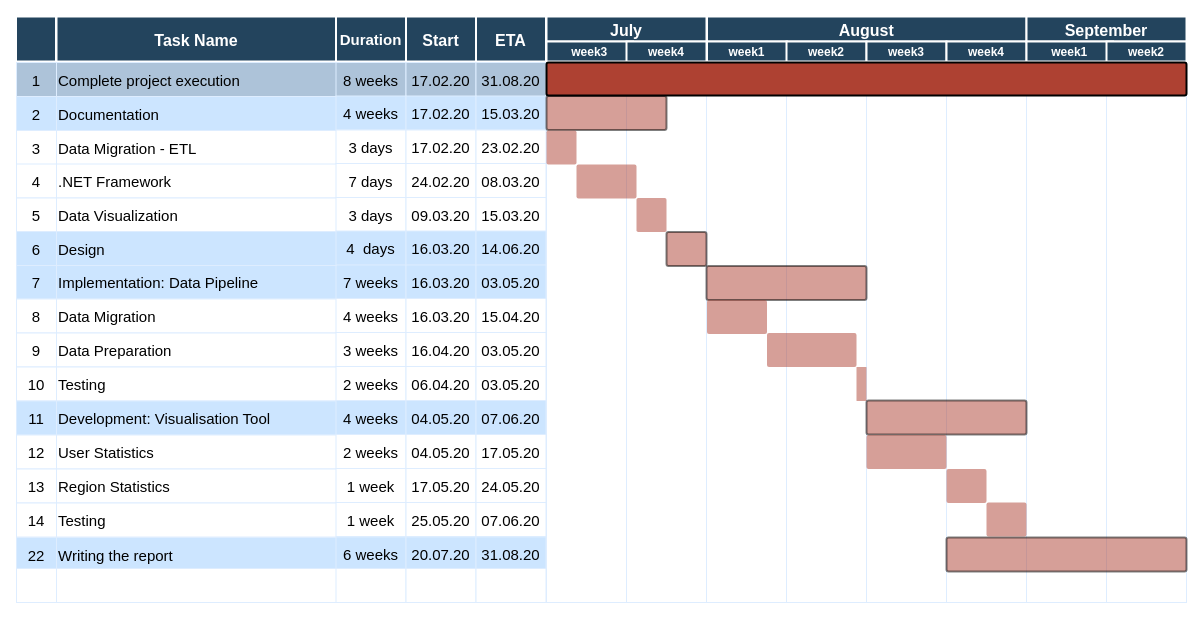
This is chronology_hitek.drawio from DrXneaky/Diagram, a draw.io file, before an edit. Source tidied: cells renumbered, new cells numbered last; positions are measured from the earlier drawing's top-left corner, leaving out a move shared by most shapes. Both pictures are drawn from the tidied source at 100%, with x=0, y=0 at pixel (16, 16).
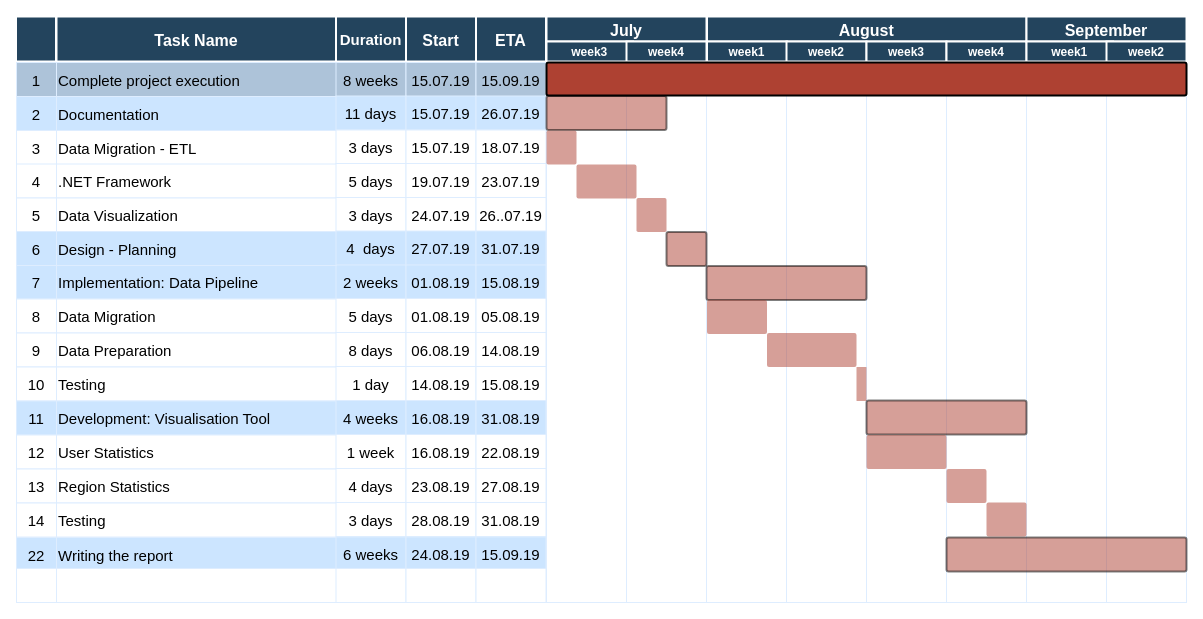
The same page after the edit.

Change to the diagram source:
```diff
@@
-    <mxCell id="18" value="17.02.20" style="strokeColor=#DEEDFF;fillColor=#ADC3D9;fontSize=15;fontFamily=Helvetica;" parent="1" vertex="1">
+    <mxCell id="18" value="15.07.19" style="strokeColor=#DEEDFF;fillColor=#ADC3D9;fontSize=15;fontFamily=Helvetica;" parent="1" vertex="1">
       <mxGeometry x="389.5" y="46" width="70" height="34" as="geometry" />
     </mxCell>
-    <mxCell id="19" value="31.08.20" style="strokeColor=#DEEDFF;fillColor=#ADC3D9;fontSize=15;fontFamily=Helvetica;" parent="1" vertex="1">
+    <mxCell id="19" value="15.09.19" style="strokeColor=#DEEDFF;fillColor=#ADC3D9;fontSize=15;fontFamily=Helvetica;" parent="1" vertex="1">
       <mxGeometry x="459.5" y="46" width="70" height="34" as="geometry" />
     </mxCell>
@@
-    <mxCell id="22" value="4 weeks" style="strokeColor=#DEEDFF;fillColor=#CCE5FF;fontSize=15;fontFamily=Helvetica;" parent="1" vertex="1">
+    <mxCell id="22" value="11 days" style="strokeColor=#DEEDFF;fillColor=#CCE5FF;fontSize=15;fontFamily=Helvetica;" parent="1" vertex="1">
       <mxGeometry x="319.5" y="79.5" width="70" height="34" as="geometry" />
     </mxCell>
-    <mxCell id="23" value="17.02.20" style="strokeColor=#DEEDFF;fillColor=#CCE5FF;fontSize=15;fontFamily=Helvetica;" parent="1" vertex="1">
+    <mxCell id="23" value="15.07.19" style="strokeColor=#DEEDFF;fillColor=#CCE5FF;fontSize=15;fontFamily=Helvetica;" parent="1" vertex="1">
       <mxGeometry x="389.5" y="79.5" width="70" height="34" as="geometry" />
     </mxCell>
-    <mxCell id="24" value="15.03.20" style="strokeColor=#DEEDFF;fillColor=#CCE5FF;fontSize=15;fontFamily=Helvetica;" parent="1" vertex="1">
+    <mxCell id="24" value="26.07.19" style="strokeColor=#DEEDFF;fillColor=#CCE5FF;fontSize=15;fontFamily=Helvetica;" parent="1" vertex="1">
       <mxGeometry x="459.5" y="79.5" width="70" height="34" as="geometry" />
     </mxCell>
@@
-    <mxCell id="28" value="17.02.20" style="strokeColor=#DEEDFF;fontSize=15;fontFamily=Helvetica;" parent="1" vertex="1">
+    <mxCell id="28" value="15.07.19" style="strokeColor=#DEEDFF;fontSize=15;fontFamily=Helvetica;" parent="1" vertex="1">
       <mxGeometry x="389.5" y="113.5" width="70" height="34" as="geometry" />
     </mxCell>
-    <mxCell id="29" value="23.02.20" style="strokeColor=#DEEDFF;fontSize=15;fontFamily=Helvetica;" parent="1" vertex="1">
+    <mxCell id="29" value="18.07.19" style="strokeColor=#DEEDFF;fontSize=15;fontFamily=Helvetica;" parent="1" vertex="1">
       <mxGeometry x="459.5" y="113.5" width="70" height="34" as="geometry" />
     </mxCell>
@@
-    <mxCell id="32" value="7 days" style="strokeColor=#DEEDFF;fontSize=15;fontFamily=Helvetica;" parent="1" vertex="1">
+    <mxCell id="32" value="5 days" style="strokeColor=#DEEDFF;fontSize=15;fontFamily=Helvetica;" parent="1" vertex="1">
       <mxGeometry x="319.5" y="147" width="70" height="34" as="geometry" />
     </mxCell>
-    <mxCell id="33" value="24.02.20" style="strokeColor=#DEEDFF;fontSize=15;fontFamily=Helvetica;" parent="1" vertex="1">
+    <mxCell id="33" value="19.07.19" style="strokeColor=#DEEDFF;fontSize=15;fontFamily=Helvetica;" parent="1" vertex="1">
       <mxGeometry x="389.5" y="147" width="70" height="34" as="geometry" />
     </mxCell>
-    <mxCell id="34" value="08.03.20" style="strokeColor=#DEEDFF;fontSize=15;fontFamily=Helvetica;" parent="1" vertex="1">
+    <mxCell id="34" value="23.07.19" style="strokeColor=#DEEDFF;fontSize=15;fontFamily=Helvetica;" parent="1" vertex="1">
       <mxGeometry x="459.5" y="147" width="70" height="34" as="geometry" />
     </mxCell>
@@
-    <mxCell id="38" value="09.03.20" style="strokeColor=#DEEDFF;fontSize=15;fontFamily=Helvetica;" parent="1" vertex="1">
+    <mxCell id="38" value="24.07.19" style="strokeColor=#DEEDFF;fontSize=15;fontFamily=Helvetica;" parent="1" vertex="1">
       <mxGeometry x="389.5" y="181" width="70" height="34" as="geometry" />
     </mxCell>
-    <mxCell id="39" value="15.03.20" style="strokeColor=#DEEDFF;fontSize=15;fontFamily=Helvetica;" parent="1" vertex="1">
+    <mxCell id="39" value="26..07.19" style="strokeColor=#DEEDFF;fontSize=15;fontFamily=Helvetica;" parent="1" vertex="1">
       <mxGeometry x="459.5" y="181" width="70" height="34" as="geometry" />
     </mxCell>
@@
-    <mxCell id="42" value="7 weeks" style="strokeColor=#DEEDFF;fillColor=#CCE5FF;fontSize=15;fontFamily=Helvetica;" parent="1" vertex="1">
+    <mxCell id="42" value="2 weeks" style="strokeColor=#DEEDFF;fillColor=#CCE5FF;fontSize=15;fontFamily=Helvetica;" parent="1" vertex="1">
       <mxGeometry x="319.5" y="248" width="70" height="34" as="geometry" />
     </mxCell>
-    <mxCell id="43" value="16.03.20" style="strokeColor=#DEEDFF;fillColor=#CCE5FF;fontSize=15;fontFamily=Helvetica;" parent="1" vertex="1">
+    <mxCell id="43" value="01.08.19" style="strokeColor=#DEEDFF;fillColor=#CCE5FF;fontSize=15;fontFamily=Helvetica;" parent="1" vertex="1">
       <mxGeometry x="389.5" y="248" width="70" height="34" as="geometry" />
     </mxCell>
-    <mxCell id="44" value="03.05.20" style="strokeColor=#DEEDFF;fillColor=#CCE5FF;fontSize=15;fontFamily=Helvetica;" parent="1" vertex="1">
+    <mxCell id="44" value="15.08.19" style="strokeColor=#DEEDFF;fillColor=#CCE5FF;fontSize=15;fontFamily=Helvetica;" parent="1" vertex="1">
       <mxGeometry x="459.5" y="248" width="70" height="34" as="geometry" />
     </mxCell>
@@
-    <mxCell id="47" value="4 weeks" style="strokeColor=#DEEDFF;fontSize=15;fontFamily=Helvetica;" parent="1" vertex="1">
+    <mxCell id="47" value="5 days" style="strokeColor=#DEEDFF;fontSize=15;fontFamily=Helvetica;" parent="1" vertex="1">
       <mxGeometry x="319.5" y="282" width="70" height="34" as="geometry" />
     </mxCell>
-    <mxCell id="48" value="16.03.20" style="strokeColor=#DEEDFF;fontSize=15;fontFamily=Helvetica;" parent="1" vertex="1">
+    <mxCell id="48" value="01.08.19" style="strokeColor=#DEEDFF;fontSize=15;fontFamily=Helvetica;" parent="1" vertex="1">
       <mxGeometry x="389.5" y="282" width="70" height="34" as="geometry" />
     </mxCell>
-    <mxCell id="49" value="15.04.20" style="strokeColor=#DEEDFF;fontSize=15;fontFamily=Helvetica;" parent="1" vertex="1">
+    <mxCell id="49" value="05.08.19" style="strokeColor=#DEEDFF;fontSize=15;fontFamily=Helvetica;" parent="1" vertex="1">
       <mxGeometry x="459.5" y="282" width="70" height="34" as="geometry" />
     </mxCell>
@@
-    <mxCell id="52" value="3 weeks" style="strokeColor=#DEEDFF;fontSize=15;fontFamily=Helvetica;" parent="1" vertex="1">
+    <mxCell id="52" value="8 days" style="strokeColor=#DEEDFF;fontSize=15;fontFamily=Helvetica;" parent="1" vertex="1">
       <mxGeometry x="319.5" y="316" width="70" height="34" as="geometry" />
     </mxCell>
-    <mxCell id="53" value="16.04.20" style="strokeColor=#DEEDFF;fontSize=15;fontFamily=Helvetica;" parent="1" vertex="1">
+    <mxCell id="53" value="06.08.19" style="strokeColor=#DEEDFF;fontSize=15;fontFamily=Helvetica;" parent="1" vertex="1">
       <mxGeometry x="389.5" y="316" width="70" height="34" as="geometry" />
     </mxCell>
-    <mxCell id="54" value="03.05.20" style="strokeColor=#DEEDFF;fontSize=15;fontFamily=Helvetica;" parent="1" vertex="1">
+    <mxCell id="54" value="14.08.19" style="strokeColor=#DEEDFF;fontSize=15;fontFamily=Helvetica;" parent="1" vertex="1">
       <mxGeometry x="459.5" y="316" width="70" height="34" as="geometry" />
     </mxCell>
@@
-    <mxCell id="57" value="2 weeks" style="strokeColor=#DEEDFF;fontSize=15;fontFamily=Helvetica;" parent="1" vertex="1">
+    <mxCell id="57" value="1 day" style="strokeColor=#DEEDFF;fontSize=15;fontFamily=Helvetica;" parent="1" vertex="1">
       <mxGeometry x="319.5" y="350" width="70" height="34" as="geometry" />
     </mxCell>
-    <mxCell id="58" value="06.04.20" style="strokeColor=#DEEDFF;fontSize=15;fontFamily=Helvetica;" parent="1" vertex="1">
+    <mxCell id="58" value="14.08.19" style="strokeColor=#DEEDFF;fontSize=15;fontFamily=Helvetica;" parent="1" vertex="1">
       <mxGeometry x="389.5" y="350" width="70" height="34" as="geometry" />
     </mxCell>
-    <mxCell id="59" value="03.05.20" style="strokeColor=#DEEDFF;fontSize=15;fontFamily=Helvetica;" parent="1" vertex="1">
+    <mxCell id="59" value="15.08.19" style="strokeColor=#DEEDFF;fontSize=15;fontFamily=Helvetica;" parent="1" vertex="1">
       <mxGeometry x="459.5" y="350" width="70" height="34" as="geometry" />
     </mxCell>
@@
-    <mxCell id="63" value="04.05.20" style="strokeColor=#DEEDFF;fillColor=#CCE5FF;fontSize=15;fontFamily=Helvetica;" parent="1" vertex="1">
+    <mxCell id="63" value="16.08.19" style="strokeColor=#DEEDFF;fillColor=#CCE5FF;fontSize=15;fontFamily=Helvetica;" parent="1" vertex="1">
       <mxGeometry x="389.5" y="384" width="70" height="34" as="geometry" />
     </mxCell>
-    <mxCell id="64" value="07.06.20" style="strokeColor=#DEEDFF;fillColor=#CCE5FF;fontSize=15;fontFamily=Helvetica;" parent="1" vertex="1">
+    <mxCell id="64" value="31.08.19" style="strokeColor=#DEEDFF;fillColor=#CCE5FF;fontSize=15;fontFamily=Helvetica;" parent="1" vertex="1">
       <mxGeometry x="459.5" y="384" width="70" height="34" as="geometry" />
     </mxCell>
@@
-    <mxCell id="67" value="2 weeks" style="strokeColor=#DEEDFF;fontSize=15;fontFamily=Helvetica;" parent="1" vertex="1">
+    <mxCell id="67" value="1 week" style="strokeColor=#DEEDFF;fontSize=15;fontFamily=Helvetica;" parent="1" vertex="1">
       <mxGeometry x="319.5" y="418" width="70" height="34" as="geometry" />
     </mxCell>
-    <mxCell id="68" value="04.05.20" style="strokeColor=#DEEDFF;fontSize=15;fontFamily=Helvetica;" parent="1" vertex="1">
+    <mxCell id="68" value="16.08.19" style="strokeColor=#DEEDFF;fontSize=15;fontFamily=Helvetica;" parent="1" vertex="1">
       <mxGeometry x="389.5" y="418" width="70" height="34" as="geometry" />
     </mxCell>
-    <mxCell id="69" value="17.05.20" style="strokeColor=#DEEDFF;fontSize=15;fontFamily=Helvetica;" parent="1" vertex="1">
+    <mxCell id="69" value="22.08.19" style="strokeColor=#DEEDFF;fontSize=15;fontFamily=Helvetica;" parent="1" vertex="1">
       <mxGeometry x="459.5" y="418" width="70" height="34" as="geometry" />
     </mxCell>
@@
-    <mxCell id="72" value="1 week" style="strokeColor=#DEEDFF;fontSize=15;fontFamily=Helvetica;" parent="1" vertex="1">
+    <mxCell id="72" value="4 days" style="strokeColor=#DEEDFF;fontSize=15;fontFamily=Helvetica;" parent="1" vertex="1">
       <mxGeometry x="319.5" y="452" width="70" height="34" as="geometry" />
     </mxCell>
-    <mxCell id="73" value="17.05.20" style="strokeColor=#DEEDFF;fontSize=15;fontFamily=Helvetica;" parent="1" vertex="1">
+    <mxCell id="73" value="23.08.19" style="strokeColor=#DEEDFF;fontSize=15;fontFamily=Helvetica;" parent="1" vertex="1">
       <mxGeometry x="389.5" y="452" width="70" height="34" as="geometry" />
     </mxCell>
-    <mxCell id="74" value="24.05.20" style="strokeColor=#DEEDFF;fontSize=15;fontFamily=Helvetica;" parent="1" vertex="1">
+    <mxCell id="74" value="27.08.19" style="strokeColor=#DEEDFF;fontSize=15;fontFamily=Helvetica;" parent="1" vertex="1">
       <mxGeometry x="459.5" y="452" width="70" height="34" as="geometry" />
     </mxCell>
@@
-    <mxCell id="77" value="1 week" style="strokeColor=#DEEDFF;fontSize=15;fontFamily=Helvetica;" parent="1" vertex="1">
+    <mxCell id="77" value="3 days" style="strokeColor=#DEEDFF;fontSize=15;fontFamily=Helvetica;" parent="1" vertex="1">
       <mxGeometry x="319.5" y="486" width="70" height="34" as="geometry" />
     </mxCell>
-    <mxCell id="78" value="25.05.20" style="strokeColor=#DEEDFF;fontSize=15;fontFamily=Helvetica;" parent="1" vertex="1">
+    <mxCell id="78" value="28.08.19" style="strokeColor=#DEEDFF;fontSize=15;fontFamily=Helvetica;" parent="1" vertex="1">
       <mxGeometry x="389.5" y="486" width="70" height="34" as="geometry" />
     </mxCell>
-    <mxCell id="79" value="07.06.20" style="strokeColor=#DEEDFF;fontSize=15;fontFamily=Helvetica;" parent="1" vertex="1">
+    <mxCell id="79" value="31.08.19" style="strokeColor=#DEEDFF;fontSize=15;fontFamily=Helvetica;" parent="1" vertex="1">
       <mxGeometry x="459.5" y="486" width="70" height="34" as="geometry" />
     </mxCell>
@@
-    <mxCell id="83" value="20.07.20" style="strokeColor=#DEEDFF;fillColor=#CCE5FF;fontSize=15;fontFamily=Helvetica;" parent="1" vertex="1">
+    <mxCell id="83" value="24.08.19" style="strokeColor=#DEEDFF;fillColor=#CCE5FF;fontSize=15;fontFamily=Helvetica;" parent="1" vertex="1">
       <mxGeometry x="389.5" y="520.5" width="70" height="34" as="geometry" />
     </mxCell>
-    <mxCell id="84" value="31.08.20" style="strokeColor=#DEEDFF;fillColor=#CCE5FF;fontSize=15;fontFamily=Helvetica;" parent="1" vertex="1">
+    <mxCell id="84" value="15.09.19" style="strokeColor=#DEEDFF;fillColor=#CCE5FF;fontSize=15;fontFamily=Helvetica;" parent="1" vertex="1">
       <mxGeometry x="459.5" y="520.5" width="70" height="34" as="geometry" />
     </mxCell>
@@
-    <mxCell id="91" value="Design" style="align=left;strokeColor=#DEEDFF;fillColor=#CCE5FF;fontSize=15;fontFamily=Helvetica;" parent="1" vertex="1">
+    <mxCell id="91" value="Design - Planning" style="align=left;strokeColor=#DEEDFF;fillColor=#CCE5FF;fontSize=15;fontFamily=Helvetica;" parent="1" vertex="1">
       <mxGeometry x="40" y="215" width="280" height="34" as="geometry" />
     </mxCell>
@@
-    <mxCell id="93" value="16.03.20" style="strokeColor=#DEEDFF;fillColor=#CCE5FF;fontSize=15;fontFamily=Helvetica;" parent="1" vertex="1">
+    <mxCell id="93" value="27.07.19" style="strokeColor=#DEEDFF;fillColor=#CCE5FF;fontSize=15;fontFamily=Helvetica;" parent="1" vertex="1">
       <mxGeometry x="389.5" y="214.5" width="70" height="34" as="geometry" />
     </mxCell>
-    <mxCell id="94" value="14.06.20" style="strokeColor=#DEEDFF;fillColor=#CCE5FF;fontSize=15;fontFamily=Helvetica;" parent="1" vertex="1">
+    <mxCell id="94" value="31.07.19" style="strokeColor=#DEEDFF;fillColor=#CCE5FF;fontSize=15;fontFamily=Helvetica;" parent="1" vertex="1">
       <mxGeometry x="459.5" y="214.5" width="70" height="34" as="geometry" />
     </mxCell>
```
